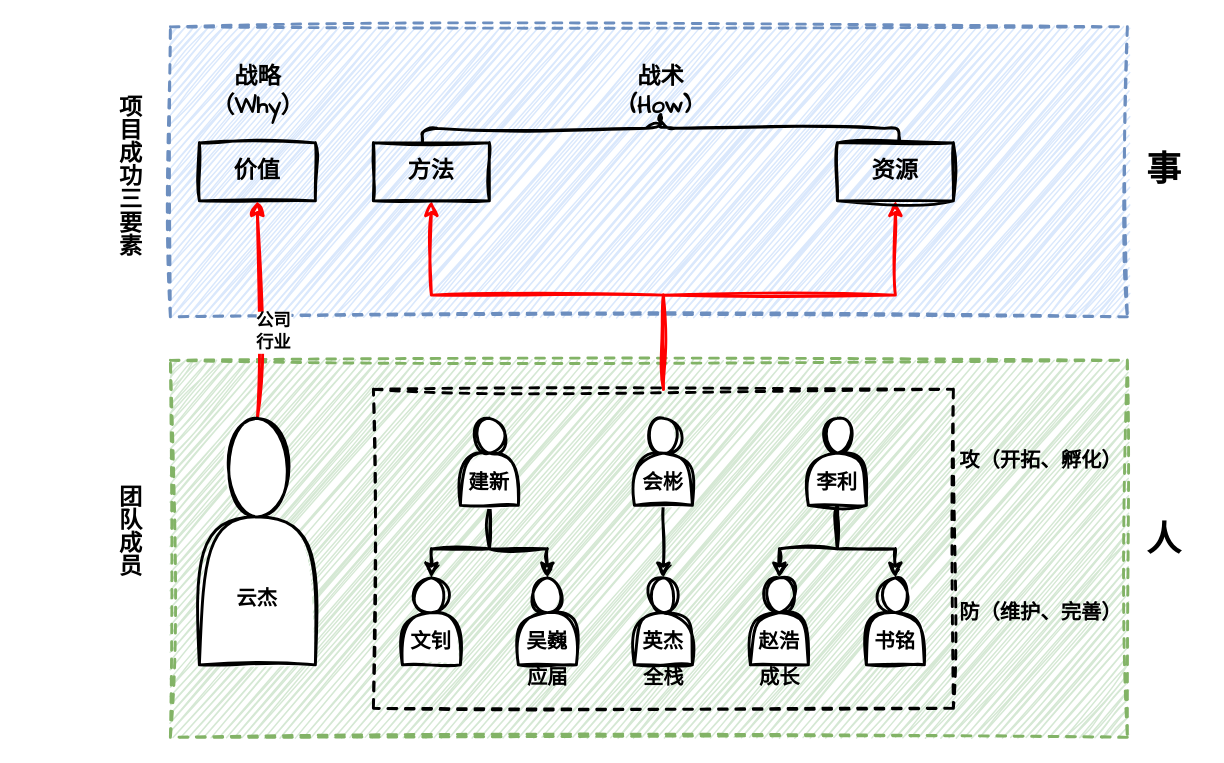
This is personal/duyunjie/管理理念.drawio from zhuanzhuan-tech/arch-draw-io, a draw.io file, before an edit. Source tidied: cells renumbered, new cells numbered last; positions are measured from the earlier drawing's top-left corner, leaving out a move shared by most shapes. Both pictures are drawn from the tidied source at 145%, with x=0, y=0 at pixel (25, -110).
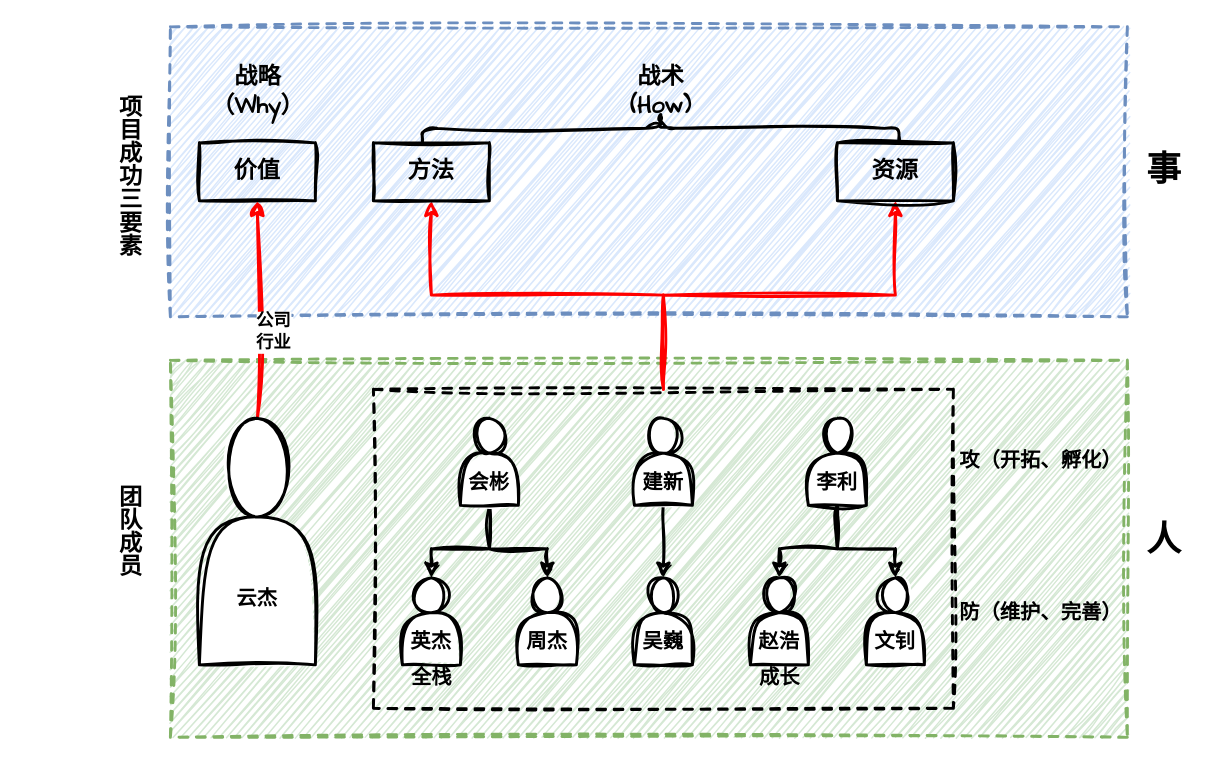
Above is the later version.

Commit message:
更新管理理念.drawio

What changed in the source:
```diff
@@
-    <mxCell id="16" value="&lt;div&gt;&lt;br&gt;&lt;/div&gt;&lt;div&gt;&lt;br&gt;&lt;/div&gt;&lt;b&gt;&lt;font style=&quot;font-size: 14px;&quot;&gt;建新&lt;/font&gt;&lt;/b&gt;" style="shape=actor;whiteSpace=wrap;html=1;sketch=1;hachureGap=4;jiggle=2;curveFitting=1;fontFamily=Architects Daughter;strokeWidth=2;" parent="1" vertex="1">
+    <mxCell id="16" value="&lt;div&gt;&lt;br&gt;&lt;/div&gt;&lt;div&gt;&lt;br&gt;&lt;/div&gt;&lt;b&gt;&lt;font style=&quot;font-size: 14px;&quot;&gt;会彬&lt;/font&gt;&lt;/b&gt;" style="shape=actor;whiteSpace=wrap;html=1;sketch=1;hachureGap=4;jiggle=2;curveFitting=1;fontFamily=Architects Daughter;strokeWidth=2;" parent="1" vertex="1">
       <mxGeometry x="300" y="364" width="40" height="60" as="geometry" />
     </mxCell>
-    <mxCell id="17" value="&lt;div&gt;&lt;br&gt;&lt;/div&gt;&lt;div&gt;&lt;br&gt;&lt;/div&gt;&lt;b&gt;&lt;font style=&quot;font-size: 14px;&quot;&gt;文钊&lt;/font&gt;&lt;/b&gt;" style="shape=actor;whiteSpace=wrap;html=1;sketch=1;hachureGap=4;jiggle=2;curveFitting=1;fontFamily=Architects Daughter;strokeWidth=2;" parent="1" vertex="1">
+    <mxCell id="17" value="&lt;div&gt;&lt;br&gt;&lt;/div&gt;&lt;div&gt;&lt;br&gt;&lt;/div&gt;&lt;span style=&quot;font-size: 14px;&quot;&gt;&lt;b&gt;英杰&lt;/b&gt;&lt;/span&gt;" style="shape=actor;whiteSpace=wrap;html=1;sketch=1;hachureGap=4;jiggle=2;curveFitting=1;fontFamily=Architects Daughter;strokeWidth=2;" parent="1" vertex="1">
       <mxGeometry x="260" y="474" width="40" height="60" as="geometry" />
     </mxCell>
-    <mxCell id="18" value="&lt;div&gt;&lt;br&gt;&lt;/div&gt;&lt;div&gt;&lt;br&gt;&lt;/div&gt;&lt;b&gt;&lt;font style=&quot;font-size: 14px;&quot;&gt;吴巍&lt;/font&gt;&lt;/b&gt;" style="shape=actor;whiteSpace=wrap;html=1;sketch=1;hachureGap=4;jiggle=2;curveFitting=1;fontFamily=Architects Daughter;strokeWidth=2;" parent="1" vertex="1">
+    <mxCell id="18" value="&lt;div&gt;&lt;br&gt;&lt;/div&gt;&lt;div&gt;&lt;br&gt;&lt;/div&gt;&lt;span style=&quot;font-size: 14px;&quot;&gt;&lt;b&gt;周杰&lt;/b&gt;&lt;/span&gt;" style="shape=actor;whiteSpace=wrap;html=1;sketch=1;hachureGap=4;jiggle=2;curveFitting=1;fontFamily=Architects Daughter;strokeWidth=2;" parent="1" vertex="1">
       <mxGeometry x="340" y="474" width="40" height="60" as="geometry" />
     </mxCell>
@@
-    <mxCell id="20" value="&lt;div&gt;&lt;br&gt;&lt;/div&gt;&lt;div&gt;&lt;br&gt;&lt;/div&gt;&lt;b&gt;&lt;font style=&quot;font-size: 14px;&quot;&gt;会彬&lt;/font&gt;&lt;/b&gt;" style="shape=actor;whiteSpace=wrap;html=1;sketch=1;hachureGap=4;jiggle=2;curveFitting=1;fontFamily=Architects Daughter;strokeWidth=2;" parent="1" vertex="1">
+    <mxCell id="20" value="&lt;div&gt;&lt;br&gt;&lt;/div&gt;&lt;div&gt;&lt;br&gt;&lt;/div&gt;&lt;span style=&quot;font-size: 14px;&quot;&gt;&lt;b&gt;建新&lt;/b&gt;&lt;/span&gt;" style="shape=actor;whiteSpace=wrap;html=1;sketch=1;hachureGap=4;jiggle=2;curveFitting=1;fontFamily=Architects Daughter;strokeWidth=2;" parent="1" vertex="1">
       <mxGeometry x="420" y="364" width="40" height="60" as="geometry" />
     </mxCell>
-    <mxCell id="21" value="&lt;div&gt;&lt;br&gt;&lt;/div&gt;&lt;div&gt;&lt;br&gt;&lt;/div&gt;&lt;b&gt;&lt;font style=&quot;font-size: 14px;&quot;&gt;英杰&lt;/font&gt;&lt;/b&gt;" style="shape=actor;whiteSpace=wrap;html=1;sketch=1;hachureGap=4;jiggle=2;curveFitting=1;fontFamily=Architects Daughter;strokeWidth=2;" parent="1" vertex="1">
+    <mxCell id="21" value="&lt;div&gt;&lt;br&gt;&lt;/div&gt;&lt;div&gt;&lt;br&gt;&lt;/div&gt;&lt;b&gt;&lt;font style=&quot;font-size: 14px;&quot;&gt;吴巍&lt;/font&gt;&lt;/b&gt;" style="shape=actor;whiteSpace=wrap;html=1;sketch=1;hachureGap=4;jiggle=2;curveFitting=1;fontFamily=Architects Daughter;strokeWidth=2;" parent="1" vertex="1">
       <mxGeometry x="420" y="474" width="40" height="60" as="geometry" />
     </mxCell>
@@
-    <mxCell id="26" value="&lt;div&gt;&lt;br&gt;&lt;/div&gt;&lt;div&gt;&lt;br&gt;&lt;/div&gt;&lt;span style=&quot;font-size: 14px;&quot;&gt;&lt;b&gt;书铭&lt;/b&gt;&lt;/span&gt;" style="shape=actor;whiteSpace=wrap;html=1;sketch=1;hachureGap=4;jiggle=2;curveFitting=1;fontFamily=Architects Daughter;strokeWidth=2;" parent="1" vertex="1">
+    <mxCell id="26" value="&lt;div&gt;&lt;br&gt;&lt;/div&gt;&lt;div&gt;&lt;br&gt;&lt;/div&gt;&lt;span style=&quot;font-size: 14px;&quot;&gt;&lt;b&gt;文钊&lt;/b&gt;&lt;/span&gt;" style="shape=actor;whiteSpace=wrap;html=1;sketch=1;hachureGap=4;jiggle=2;curveFitting=1;fontFamily=Architects Daughter;strokeWidth=2;" parent="1" vertex="1">
       <mxGeometry x="580" y="474" width="40" height="60" as="geometry" />
     </mxCell>
@@
     <mxCell id="30" value="&lt;b&gt;&lt;font style=&quot;font-size: 14px;&quot;&gt;全栈&lt;/font&gt;&lt;/b&gt;" style="text;html=1;align=center;verticalAlign=middle;strokeColor=none;fillColor=none;fontFamily=Architects Daughter;" parent="1" vertex="1">
-      <mxGeometry x="415" y="529" width="50" height="30" as="geometry" />
+      <mxGeometry x="255" y="529" width="50" height="30" as="geometry" />
     </mxCell>
@@
-    <mxCell id="35" value="&lt;b&gt;&lt;font style=&quot;font-size: 14px;&quot;&gt;应届&lt;/font&gt;&lt;/b&gt;" style="text;html=1;align=center;verticalAlign=middle;strokeColor=none;fillColor=none;fontFamily=Architects Daughter;" parent="1" vertex="1">
-      <mxGeometry x="335" y="529" width="50" height="30" as="geometry" />
-    </mxCell>
```
